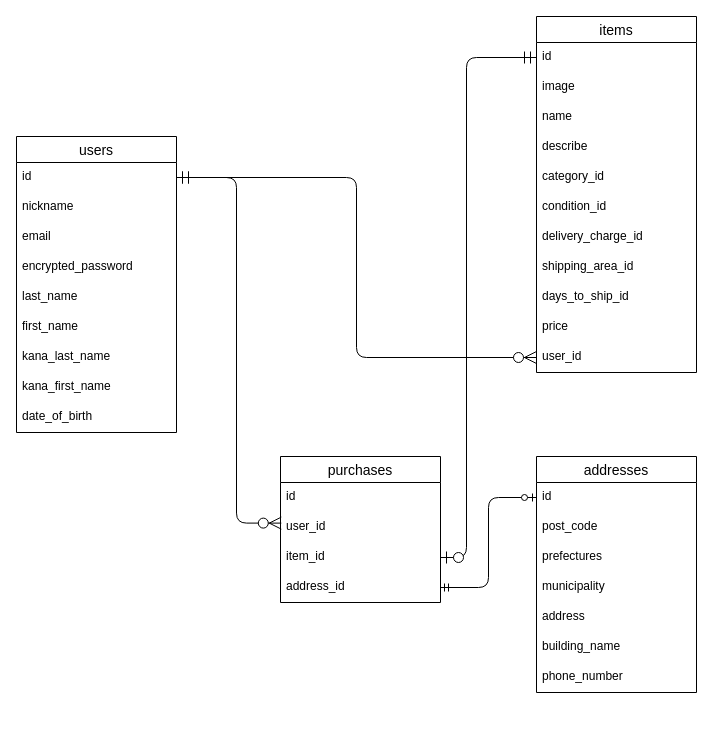
Before: tables.dio in yoma2003/furima-38038, a draw.io diagram. Source tidied: cells renumbered, new cells numbered last; positions are measured from the earlier drawing's top-left corner, leaving out a move shared by most shapes. Both pictures are drawn from the tidied source at 100%, with x=0, y=0 at pixel (16, 16).
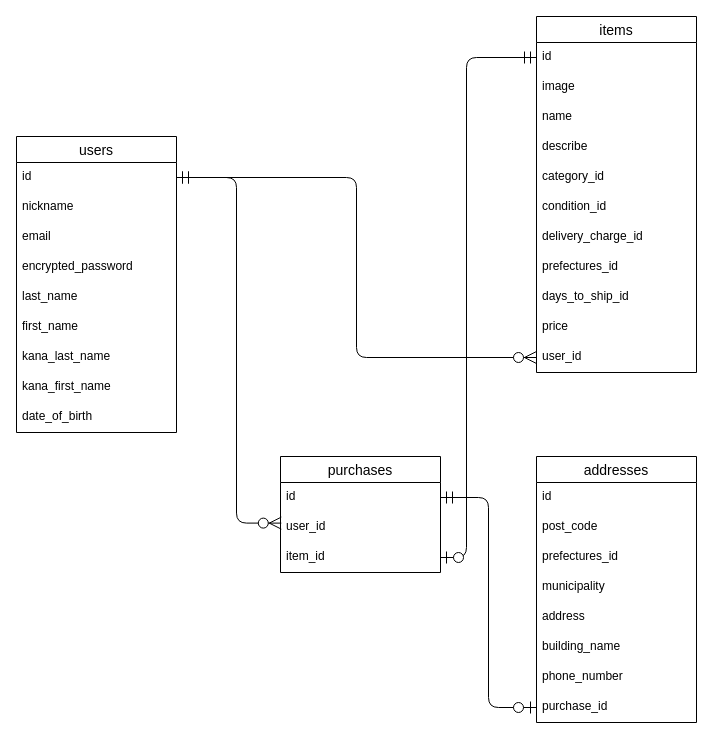
The same page after the edit.

The change refers to these unchanged cells:
```xml
<mxCell id="12" value="items" style="swimlane;fontStyle=0;horizontal=1;startSize=26;align=center;fontSize=14;" parent="1" vertex="1">
  <mxGeometry x="520" width="160" height="356" as="geometry" />
</mxCell>
<mxCell id="25" value="id" style="text;strokeColor=none;fillColor=none;spacingLeft=4;spacingRight=4;overflow=hidden;points=[[0,0.5],[1,0.5]];portConstraint=eastwest;fontSize=12;" parent="24" vertex="1">
  <mxGeometry y="26" width="160" height="30" as="geometry" />
</mxCell>
<mxCell id="36" value="id" style="text;strokeColor=none;fillColor=none;spacingLeft=4;spacingRight=4;overflow=hidden;points=[[0,0.5],[1,0.5]];portConstraint=eastwest;fontSize=12;" parent="35" vertex="1">
  <mxGeometry y="26" width="160" height="30" as="geometry" />
</mxCell>
```

The edit, as a diff of the source:
```diff
@@
-    <mxCell id="20" value="shipping_area_id" style="text;strokeColor=none;fillColor=none;spacingLeft=4;spacingRight=4;overflow=hidden;fontSize=12;" parent="12" vertex="1">
+    <mxCell id="20" value="prefectures_id" style="text;strokeColor=none;fillColor=none;spacingLeft=4;spacingRight=4;overflow=hidden;fontSize=12;" parent="12" vertex="1">
       <mxGeometry y="236" width="160" height="30" as="geometry" />
     </mxCell>
@@
     <mxCell id="24" value="addresses" style="swimlane;fontStyle=0;horizontal=1;startSize=26;align=center;fontSize=14;direction=east;" parent="1" vertex="1">
-      <mxGeometry x="520" y="440" width="160" height="236" as="geometry" />
+      <mxGeometry x="520" y="440" width="160" height="266" as="geometry" />
     </mxCell>
@@
-    <mxCell id="27" value="prefectures" style="text;strokeColor=none;fillColor=none;spacingLeft=4;spacingRight=4;overflow=hidden;fontSize=12;" parent="24" vertex="1">
+    <mxCell id="27" value="prefectures_id" style="text;strokeColor=none;fillColor=none;spacingLeft=4;spacingRight=4;overflow=hidden;fontSize=12;" parent="24" vertex="1">
       <mxGeometry y="86" width="160" height="30" as="geometry" />
     </mxCell>
@@
+    <mxCell id="40" value="purchase_id" style="text;strokeColor=none;fillColor=none;spacingLeft=4;spacingRight=4;overflow=hidden;points=[[0,0.5],[1,0.5]];portConstraint=eastwest;fontSize=12;" parent="24" vertex="1">
+      <mxGeometry y="236" width="160" height="30" as="geometry" />
+    </mxCell>
@@
     <mxCell id="35" value="purchases" style="swimlane;fontStyle=0;horizontal=1;startSize=26;align=center;fontSize=14;" parent="1" vertex="1">
-      <mxGeometry x="264" y="440" width="160" height="146" as="geometry" />
+      <mxGeometry x="264" y="440" width="160" height="116" as="geometry" />
     </mxCell>
@@
-    <mxCell id="39" value="address_id" style="text;strokeColor=none;fillColor=none;spacingLeft=4;spacingRight=4;overflow=hidden;points=[[0,0.5],[1,0.5]];portConstraint=eastwest;fontSize=12;" parent="35" vertex="1">
-      <mxGeometry y="116" width="160" height="30" as="geometry" />
-    </mxCell>
-    <mxCell id="40" style="edgeStyle=orthogonalEdgeStyle;fontSize=12;html=1;endArrow=ERzeroToOne;startArrow=ERmandOne;exitX=1;exitY=0.5;exitDx=0;exitDy=0;entryX=0;entryY=0.5;entryDx=0;entryDy=0;" parent="1" edge="1" source="39" target="25">
-      <mxGeometry relative="1" as="geometry" />
-    </mxCell>
+    <mxCell id="41" style="edgeStyle=orthogonalEdgeStyle;fontSize=12;html=1;endArrow=ERzeroToOne;startArrow=ERmandOne;exitX=1;exitY=0.5;exitDx=0;exitDy=0;entryX=0;entryY=0.5;entryDx=0;entryDy=0;endSize=10;startSize=10;" parent="1" edge="1" source="36" target="40">
+      <mxGeometry relative="1" as="geometry" />
+    </mxCell>
```
